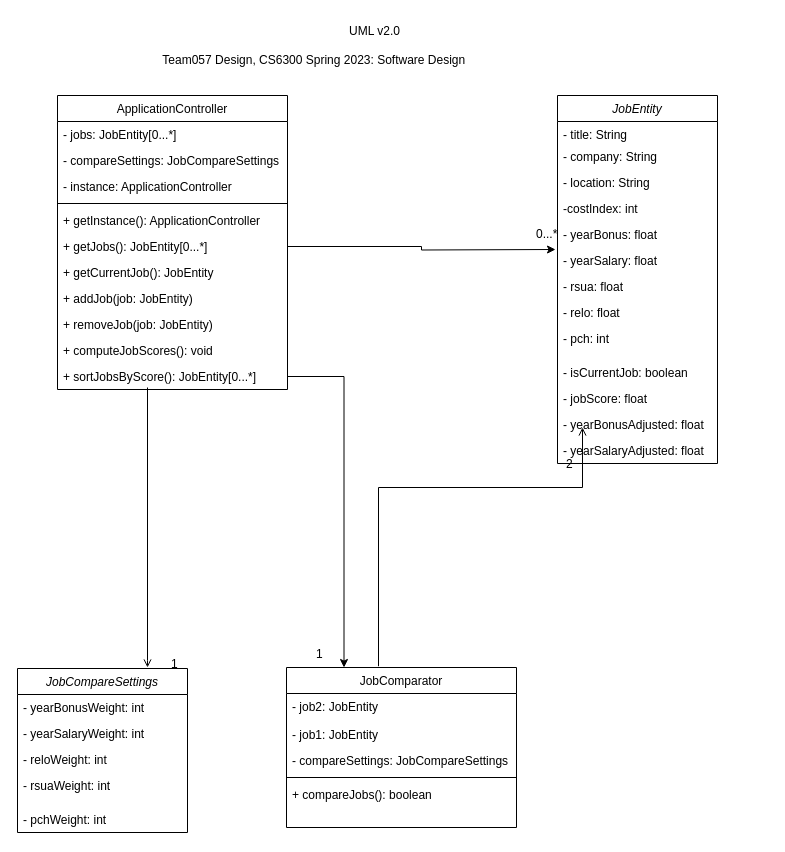
The draw.io diagram GroupProject/Design-Team/app_design.drawio in cheny-414/JobCompareApp, before the edit. Source tidied: cells renumbered, new cells numbered last; positions are measured from the earlier drawing's top-left corner, leaving out a move shared by most shapes. Both pictures are drawn from the tidied source at 100%, with x=0, y=0 at pixel (17, 17).
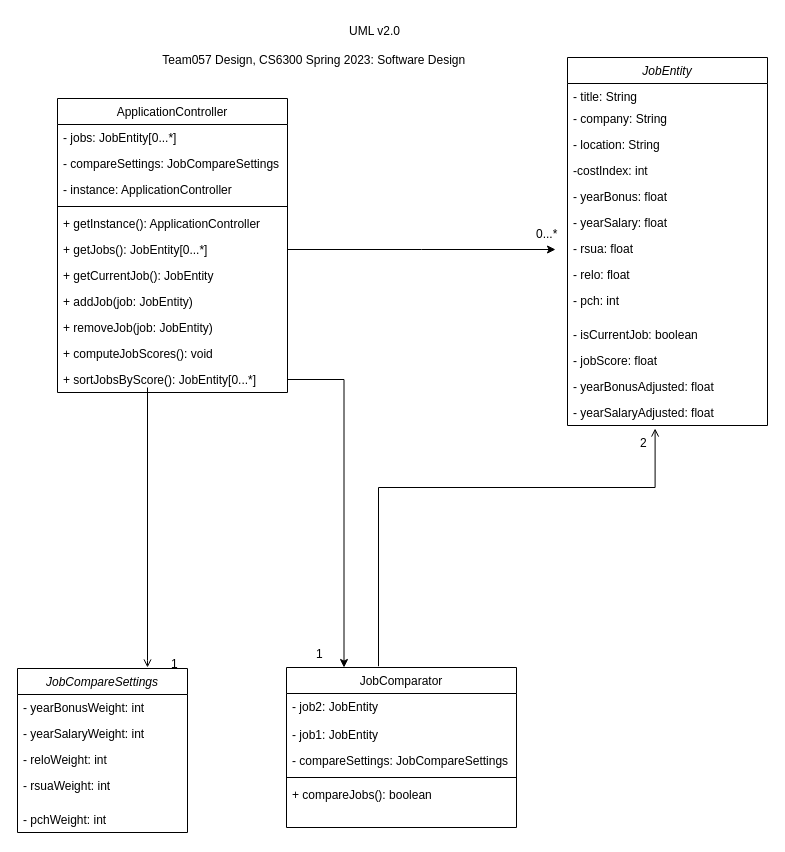
After the change.

Commit message (it also covers changes not shown here):
formatting changes to the team design

The change refers to these unchanged cells:
```xml
<mxCell id="37" value="JobComparator" style="swimlane;fontStyle=0;align=center;verticalAlign=top;horizontal=1;startSize=26;rounded=0;shadow=0;strokeWidth=1;" parent="1" vertex="1">
  <mxGeometry x="269" y="650" width="230" height="160" as="geometry" />
</mxCell>
```

The edit, as a diff of the source:
```diff
@@
     <mxCell id="2" value="JobEntity" style="swimlane;fontStyle=2;align=center;verticalAlign=top;horizontal=1;startSize=26;rounded=0;shadow=0;strokeWidth=1;" parent="1" vertex="1">
-      <mxGeometry x="540" y="78" width="160" height="368" as="geometry" />
+      <mxGeometry x="550" y="40" width="200" height="368" as="geometry" />
     </mxCell>
     <mxCell id="3" value="- title: String" style="text;align=left;verticalAlign=top;spacingLeft=4;spacingRight=4;overflow=hidden;" parent="2" vertex="1">
-      <mxGeometry y="26" width="160" height="22" as="geometry" />
+      <mxGeometry y="26" width="200" height="22" as="geometry" />
     </mxCell>
     <mxCell id="4" value="- company: String" style="text;align=left;verticalAlign=top;spacingLeft=4;spacingRight=4;overflow=hidden;rounded=0;shadow=0;html=0;" parent="2" vertex="1">
-      <mxGeometry y="48" width="160" height="26" as="geometry" />
+      <mxGeometry y="48" width="200" height="26" as="geometry" />
     </mxCell>
     <mxCell id="5" value="- location: String" style="text;align=left;verticalAlign=top;spacingLeft=4;spacingRight=4;overflow=hidden;" parent="2" vertex="1">
-      <mxGeometry y="74" width="160" height="26" as="geometry" />
+      <mxGeometry y="74" width="200" height="26" as="geometry" />
     </mxCell>
     <mxCell id="6" value="-costIndex: int" style="text;align=left;verticalAlign=top;spacingLeft=4;spacingRight=4;overflow=hidden;" parent="2" vertex="1">
-      <mxGeometry y="100" width="160" height="26" as="geometry" />
+      <mxGeometry y="100" width="200" height="26" as="geometry" />
     </mxCell>
     <mxCell id="7" value="- yearBonus: float" style="text;align=left;verticalAlign=top;spacingLeft=4;spacingRight=4;overflow=hidden;" parent="2" vertex="1">
-      <mxGeometry y="126" width="160" height="26" as="geometry" />
+      <mxGeometry y="126" width="200" height="26" as="geometry" />
     </mxCell>
     <mxCell id="8" value="- yearSalary: float" style="text;align=left;verticalAlign=top;spacingLeft=4;spacingRight=4;overflow=hidden;" parent="2" vertex="1">
-      <mxGeometry y="152" width="160" height="26" as="geometry" />
+      <mxGeometry y="152" width="200" height="26" as="geometry" />
     </mxCell>
     <mxCell id="9" value="- rsua: float" style="text;align=left;verticalAlign=top;spacingLeft=4;spacingRight=4;overflow=hidden;" parent="2" vertex="1">
-      <mxGeometry y="178" width="160" height="26" as="geometry" />
+      <mxGeometry y="178" width="200" height="26" as="geometry" />
     </mxCell>
     <mxCell id="10" value="- relo: float" style="text;align=left;verticalAlign=top;spacingLeft=4;spacingRight=4;overflow=hidden;" parent="2" vertex="1">
-      <mxGeometry y="204" width="160" height="26" as="geometry" />
+      <mxGeometry y="204" width="200" height="26" as="geometry" />
     </mxCell>
     <mxCell id="11" style="line;html=1;strokeWidth=1;align=left;verticalAlign=middle;spacingTop=-1;spacingLeft=3;spacingRight=3;labelPosition=right;" parent="2" vertex="1">
-      <mxGeometry y="230" width="160" as="geometry" />
+      <mxGeometry y="230" width="200" as="geometry" />
     </mxCell>
     <mxCell id="12" value="- pch: int" style="text;align=left;verticalAlign=top;spacingLeft=4;spacingRight=4;overflow=hidden;rounded=0;shadow=0;html=0;" parent="2" vertex="1">
-      <mxGeometry y="230" width="160" height="34" as="geometry" />
+      <mxGeometry y="230" width="200" height="34" as="geometry" />
     </mxCell>
     <mxCell id="13" value="- isCurrentJob: boolean" style="text;align=left;verticalAlign=top;spacingLeft=4;spacingRight=4;overflow=hidden;" parent="2" vertex="1">
-      <mxGeometry y="264" width="160" height="26" as="geometry" />
+      <mxGeometry y="264" width="200" height="26" as="geometry" />
     </mxCell>
     <mxCell id="14" value="- jobScore: float" style="text;align=left;verticalAlign=top;spacingLeft=4;spacingRight=4;overflow=hidden;" parent="2" vertex="1">
-      <mxGeometry y="290" width="160" height="26" as="geometry" />
+      <mxGeometry y="290" width="200" height="26" as="geometry" />
     </mxCell>
     <mxCell id="15" value="- yearBonusAdjusted: float" style="text;align=left;verticalAlign=top;spacingLeft=4;spacingRight=4;overflow=hidden;" parent="2" vertex="1">
-      <mxGeometry y="316" width="160" height="26" as="geometry" />
+      <mxGeometry y="316" width="200" height="26" as="geometry" />
     </mxCell>
     <mxCell id="16" value="- yearSalaryAdjusted: float" style="text;align=left;verticalAlign=top;spacingLeft=4;spacingRight=4;overflow=hidden;points=[[0,0.5],[1,0.5]];portConstraint=eastwest;" parent="2" vertex="1">
-      <mxGeometry y="342" width="160" height="26" as="geometry" />
+      <mxGeometry y="342" width="200" height="26" as="geometry" />
     </mxCell>
     <mxCell id="17" value="ApplicationController" style="swimlane;fontStyle=0;align=center;verticalAlign=top;horizontal=1;startSize=26;rounded=0;shadow=0;strokeWidth=1;" parent="1" vertex="1">
-      <mxGeometry x="40" y="78" width="230" height="294" as="geometry" />
+      <mxGeometry x="40" y="81" width="230" height="294" as="geometry" />
     </mxCell>
@@
-    <mxCell id="43" style="endArrow=open;shadow=0;strokeWidth=1;rounded=0;endFill=1;edgeStyle=elbowEdgeStyle;elbow=vertical;exitX=0.4;exitY=-0.008;exitDx=0;exitDy=0;exitPerimeter=0;" parent="1" edge="1" source="37">
+    <mxCell id="43" style="endArrow=open;shadow=0;strokeWidth=1;rounded=0;endFill=1;edgeStyle=elbowEdgeStyle;elbow=vertical;exitX=0.4;exitY=-0.008;exitDx=0;exitDy=0;exitPerimeter=0;entryX=0.438;entryY=1.115;entryDx=0;entryDy=0;entryPerimeter=0;" parent="1" edge="1" source="37" target="16">
       <mxGeometry x="0.5" y="41" relative="1" as="geometry">
-        <mxPoint x="565" y="410" as="targetPoint" />
         <Array as="points">
           <mxPoint x="490" y="470" />
           <mxPoint x="410" y="570" />
         </Array>
         <mxPoint x="-40" y="32" as="offset" />
       </mxGeometry>
     </mxCell>
@@
     <mxCell id="50" value="2" style="align=left;verticalAlign=bottom;labelBackgroundColor=none;fontSize=12;" parent="1" vertex="1">
-      <mxGeometry x="490" y="460" as="geometry">
-        <mxPoint x="57" y="-5" as="offset" />
+      <mxGeometry x="610" y="440" as="geometry">
+        <mxPoint x="11" y="-6" as="offset" />
       </mxGeometry>
     </mxCell>
```
